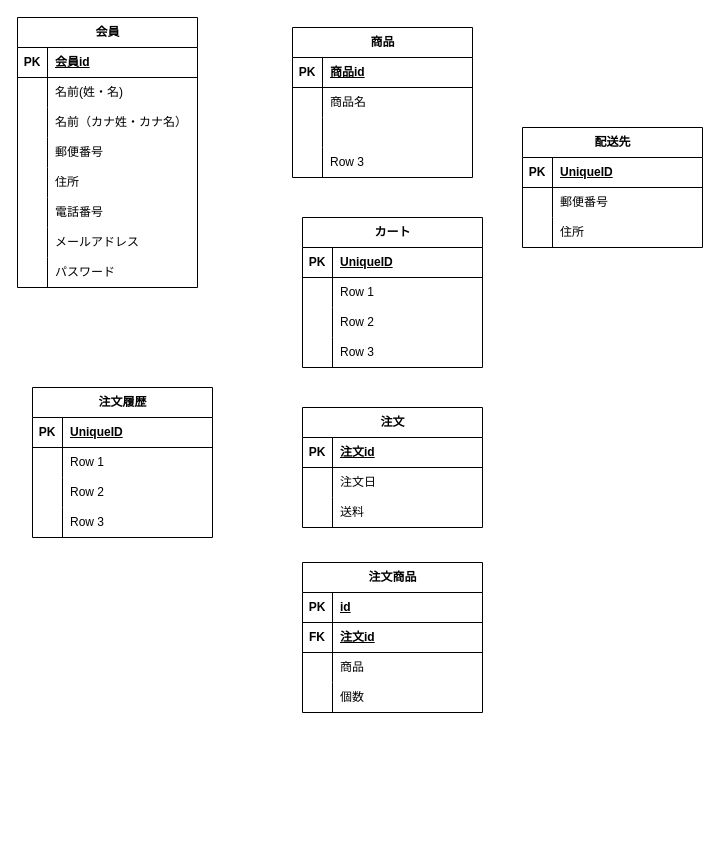
Earlier version of the draw.io diagram 名称未設定ファイル.drawio (vermouthA28/naganocake). Source tidied: cells renumbered, new cells numbered last; positions are measured from the earlier drawing's top-left corner, leaving out a move shared by most shapes. Both pictures are drawn from the tidied source at 100%, with x=0, y=0 at pixel (17, 17).
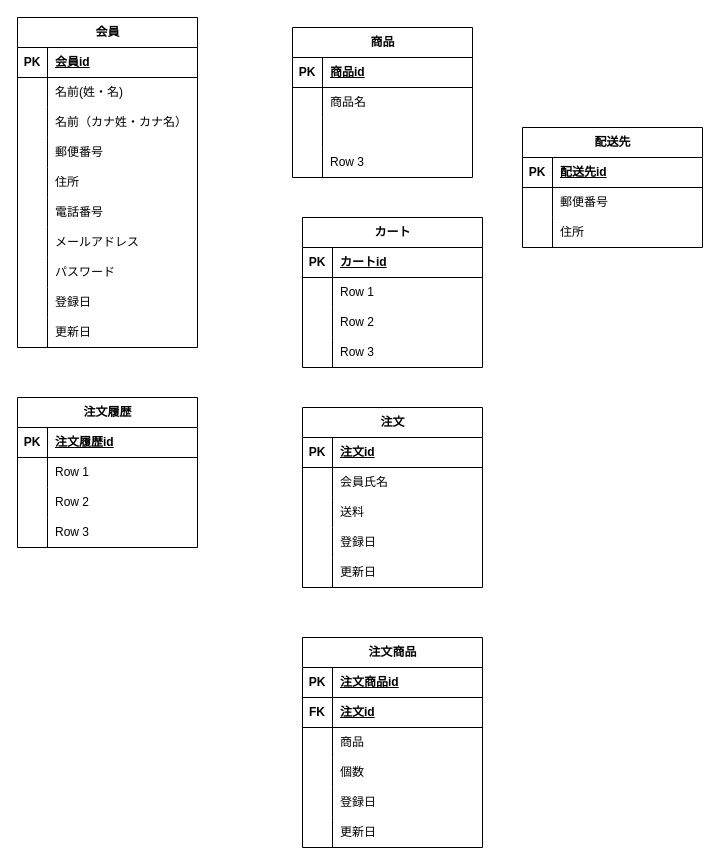
The same page after the edit.

Commit message (it also covers changes not shown here):
名称未設定ファイル.drawio を更新します

Unchanged cells that the change refers to:
```xml
<mxCell id="16" style="shape=tableRow;horizontal=0;startSize=0;swimlaneHead=0;swimlaneBody=0;fillColor=none;top=0;left=0;right=0;bottom=1;" parent="15" vertex="1">
  <mxGeometry y="30" width="180" height="30" as="geometry" />
</mxCell>
<mxCell id="39" style="shape=tableRow;horizontal=0;startSize=0;swimlaneHead=0;swimlaneBody=0;fillColor=none;top=0;left=0;right=0;bottom=1;" parent="38" vertex="1">
  <mxGeometry y="30" width="180" height="30" as="geometry" />
</mxCell>
<mxCell id="87" style="shape=tableRow;horizontal=0;startSize=0;swimlaneHead=0;swimlaneBody=0;fillColor=none;top=0;left=0;right=0;bottom=1;" parent="86" vertex="1">
  <mxGeometry y="30" width="180" height="30" as="geometry" />
</mxCell>
```

What changed in the source:
```diff
@@
-    <mxCell id="18" value="UniqueID" style="shape=partialRectangle;fillColor=none;top=0;left=0;bottom=0;right=0;align=left;spacingLeft=6;fontStyle=5;overflow=hidden;whiteSpace=wrap;html=1;" parent="16" vertex="1">
+    <mxCell id="18" value="カートid" style="shape=partialRectangle;fillColor=none;top=0;left=0;bottom=0;right=0;align=left;spacingLeft=6;fontStyle=5;overflow=hidden;whiteSpace=wrap;html=1;" parent="16" vertex="1">
       <mxGeometry x="30" width="150" height="30" as="geometry" />
     </mxCell>
@@
     <mxCell id="28" value="注文" style="shape=table;startSize=30;childLayout=tableLayout;rowLines=0;fontStyle=1;align=center;html=1;" parent="1" vertex="1">
-      <mxGeometry x="285" y="390" width="180" height="120" as="geometry" />
+      <mxGeometry x="285" y="390" width="180" height="180" as="geometry" />
     </mxCell>
@@
-    <mxCell id="32" style="shape=tableRow;horizontal=0;startSize=0;swimlaneHead=0;swimlaneBody=0;fillColor=none;top=0;left=0;right=0;bottom=0;" parent="28" vertex="1">
-      <mxGeometry y="60" width="180" height="30" as="geometry" />
-    </mxCell>
-    <mxCell id="33" style="shape=partialRectangle;fillColor=none;top=0;left=0;bottom=0;right=0;overflow=hidden;whiteSpace=wrap;html=1;" parent="32" vertex="1">
-      <mxGeometry width="30" height="30" as="geometry" />
-    </mxCell>
-    <mxCell id="34" value="注文日" style="shape=partialRectangle;fillColor=none;top=0;left=0;bottom=0;right=0;align=left;spacingLeft=6;overflow=hidden;whiteSpace=wrap;html=1;" parent="32" vertex="1">
-      <mxGeometry x="30" width="150" height="30" as="geometry" />
-    </mxCell>
+    <mxCell id="99" style="shape=tableRow;horizontal=0;startSize=0;swimlaneHead=0;swimlaneBody=0;fillColor=none;top=0;left=0;right=0;bottom=0;" parent="28" vertex="1">
+      <mxGeometry y="60" width="180" height="30" as="geometry" />
+    </mxCell>
+    <mxCell id="100" style="shape=partialRectangle;fillColor=none;top=0;left=0;bottom=0;right=0;overflow=hidden;whiteSpace=wrap;html=1;" parent="99" vertex="1">
+      <mxGeometry width="30" height="30" as="geometry" />
+    </mxCell>
+    <mxCell id="101" value="会員氏名" style="shape=partialRectangle;fillColor=none;top=0;left=0;bottom=0;right=0;align=left;spacingLeft=6;overflow=hidden;whiteSpace=wrap;html=1;" parent="99" vertex="1">
+      <mxGeometry x="30" width="150" height="30" as="geometry" />
+    </mxCell>
@@
+    <mxCell id="102" style="shape=tableRow;horizontal=0;startSize=0;swimlaneHead=0;swimlaneBody=0;fillColor=none;top=0;left=0;right=0;bottom=0;" parent="28" vertex="1">
+      <mxGeometry y="120" width="180" height="30" as="geometry" />
+    </mxCell>
+    <mxCell id="103" style="shape=partialRectangle;fillColor=none;top=0;left=0;bottom=0;right=0;overflow=hidden;whiteSpace=wrap;html=1;" parent="102" vertex="1">
+      <mxGeometry width="30" height="30" as="geometry" />
+    </mxCell>
+    <mxCell id="104" value="登録日" style="shape=partialRectangle;fillColor=none;top=0;left=0;bottom=0;right=0;align=left;spacingLeft=6;overflow=hidden;whiteSpace=wrap;html=1;" parent="102" vertex="1">
+      <mxGeometry x="30" width="150" height="30" as="geometry" />
+    </mxCell>
+    <mxCell id="105" style="shape=tableRow;horizontal=0;startSize=0;swimlaneHead=0;swimlaneBody=0;fillColor=none;top=0;left=0;right=0;bottom=0;" parent="28" vertex="1">
+      <mxGeometry y="150" width="180" height="30" as="geometry" />
+    </mxCell>
+    <mxCell id="106" style="shape=partialRectangle;fillColor=none;top=0;left=0;bottom=0;right=0;overflow=hidden;whiteSpace=wrap;html=1;" parent="105" vertex="1">
+      <mxGeometry width="30" height="30" as="geometry" />
+    </mxCell>
+    <mxCell id="107" value="更新日" style="shape=partialRectangle;fillColor=none;top=0;left=0;bottom=0;right=0;align=left;spacingLeft=6;overflow=hidden;whiteSpace=wrap;html=1;" parent="105" vertex="1">
+      <mxGeometry x="30" width="150" height="30" as="geometry" />
+    </mxCell>
@@
-    <mxCell id="41" value="UniqueID" style="shape=partialRectangle;fillColor=none;top=0;left=0;bottom=0;right=0;align=left;spacingLeft=6;fontStyle=5;overflow=hidden;whiteSpace=wrap;html=1;" parent="39" vertex="1">
+    <mxCell id="41" value="配送先id" style="shape=partialRectangle;fillColor=none;top=0;left=0;bottom=0;right=0;align=left;spacingLeft=6;fontStyle=5;overflow=hidden;whiteSpace=wrap;html=1;" parent="39" vertex="1">
       <mxGeometry x="30" width="150" height="30" as="geometry" />
     </mxCell>
@@
     <mxCell id="48" value="会員" style="shape=table;startSize=30;childLayout=tableLayout;rowLines=0;fontStyle=1;align=center;html=1;" parent="1" vertex="1">
-      <mxGeometry width="180" height="270" as="geometry" />
+      <mxGeometry width="180" height="330" as="geometry" />
     </mxCell>
@@
-    <mxCell id="73" value="注文履歴" style="shape=table;startSize=30;childLayout=tableLayout;rowLines=0;fontStyle=1;align=center;html=1;" parent="1" vertex="1">
-      <mxGeometry x="15" y="370" width="180" height="150" as="geometry" />
-    </mxCell>
-    <mxCell id="74" style="shape=tableRow;horizontal=0;startSize=0;swimlaneHead=0;swimlaneBody=0;fillColor=none;top=0;left=0;right=0;bottom=1;" parent="73" vertex="1">
-      <mxGeometry y="30" width="180" height="30" as="geometry" />
-    </mxCell>
-    <mxCell id="75" value="PK" style="shape=partialRectangle;fillColor=none;top=0;left=0;bottom=0;right=0;fontStyle=1;overflow=hidden;whiteSpace=wrap;html=1;" parent="74" vertex="1">
-      <mxGeometry width="30" height="30" as="geometry" />
-    </mxCell>
-    <mxCell id="76" value="UniqueID" style="shape=partialRectangle;fillColor=none;top=0;left=0;bottom=0;right=0;align=left;spacingLeft=6;fontStyle=5;overflow=hidden;whiteSpace=wrap;html=1;" parent="74" vertex="1">
-      <mxGeometry x="30" width="150" height="30" as="geometry" />
-    </mxCell>
-    <mxCell id="77" style="shape=tableRow;horizontal=0;startSize=0;swimlaneHead=0;swimlaneBody=0;fillColor=none;top=0;left=0;right=0;bottom=0;" parent="73" vertex="1">
-      <mxGeometry y="60" width="180" height="30" as="geometry" />
-    </mxCell>
-    <mxCell id="78" style="shape=partialRectangle;fillColor=none;top=0;left=0;bottom=0;right=0;overflow=hidden;whiteSpace=wrap;html=1;" parent="77" vertex="1">
-      <mxGeometry width="30" height="30" as="geometry" />
-    </mxCell>
-    <mxCell id="79" value="Row 1" style="shape=partialRectangle;fillColor=none;top=0;left=0;bottom=0;right=0;align=left;spacingLeft=6;overflow=hidden;whiteSpace=wrap;html=1;" parent="77" vertex="1">
-      <mxGeometry x="30" width="150" height="30" as="geometry" />
-    </mxCell>
-    <mxCell id="80" style="shape=tableRow;horizontal=0;startSize=0;swimlaneHead=0;swimlaneBody=0;fillColor=none;top=0;left=0;right=0;bottom=0;" parent="73" vertex="1">
-      <mxGeometry y="90" width="180" height="30" as="geometry" />
-    </mxCell>
-    <mxCell id="81" style="shape=partialRectangle;fillColor=none;top=0;left=0;bottom=0;right=0;overflow=hidden;whiteSpace=wrap;html=1;" parent="80" vertex="1">
-      <mxGeometry width="30" height="30" as="geometry" />
-    </mxCell>
-    <mxCell id="82" value="Row 2" style="shape=partialRectangle;fillColor=none;top=0;left=0;bottom=0;right=0;align=left;spacingLeft=6;overflow=hidden;whiteSpace=wrap;html=1;" parent="80" vertex="1">
-      <mxGeometry x="30" width="150" height="30" as="geometry" />
-    </mxCell>
-    <mxCell id="83" style="shape=tableRow;horizontal=0;startSize=0;swimlaneHead=0;swimlaneBody=0;fillColor=none;top=0;left=0;right=0;bottom=0;" parent="73" vertex="1">
-      <mxGeometry y="120" width="180" height="30" as="geometry" />
-    </mxCell>
-    <mxCell id="84" style="shape=partialRectangle;fillColor=none;top=0;left=0;bottom=0;right=0;overflow=hidden;whiteSpace=wrap;html=1;" parent="83" vertex="1">
-      <mxGeometry width="30" height="30" as="geometry" />
-    </mxCell>
-    <mxCell id="85" value="Row 3" style="shape=partialRectangle;fillColor=none;top=0;left=0;bottom=0;right=0;align=left;spacingLeft=6;overflow=hidden;whiteSpace=wrap;html=1;" parent="83" vertex="1">
-      <mxGeometry x="30" width="150" height="30" as="geometry" />
-    </mxCell>
+    <mxCell id="108" style="shape=tableRow;horizontal=0;startSize=0;swimlaneHead=0;swimlaneBody=0;fillColor=none;top=0;left=0;right=0;bottom=0;" parent="48" vertex="1">
+      <mxGeometry y="270" width="180" height="30" as="geometry" />
+    </mxCell>
+    <mxCell id="109" style="shape=partialRectangle;fillColor=none;top=0;left=0;bottom=0;right=0;overflow=hidden;whiteSpace=wrap;html=1;" parent="108" vertex="1">
+      <mxGeometry width="30" height="30" as="geometry" />
+    </mxCell>
+    <mxCell id="110" value="登録日" style="shape=partialRectangle;fillColor=none;top=0;left=0;bottom=0;right=0;align=left;spacingLeft=6;overflow=hidden;whiteSpace=wrap;html=1;" parent="108" vertex="1">
+      <mxGeometry x="30" width="150" height="30" as="geometry" />
+    </mxCell>
+    <mxCell id="111" style="shape=tableRow;horizontal=0;startSize=0;swimlaneHead=0;swimlaneBody=0;fillColor=none;top=0;left=0;right=0;bottom=0;" parent="48" vertex="1">
+      <mxGeometry y="300" width="180" height="30" as="geometry" />
+    </mxCell>
+    <mxCell id="112" style="shape=partialRectangle;fillColor=none;top=0;left=0;bottom=0;right=0;overflow=hidden;whiteSpace=wrap;html=1;" parent="111" vertex="1">
+      <mxGeometry width="30" height="30" as="geometry" />
+    </mxCell>
+    <mxCell id="113" value="更新日" style="shape=partialRectangle;fillColor=none;top=0;left=0;bottom=0;right=0;align=left;spacingLeft=6;overflow=hidden;whiteSpace=wrap;html=1;" parent="111" vertex="1">
+      <mxGeometry x="30" width="150" height="30" as="geometry" />
+    </mxCell>
     <mxCell id="86" value="注文商品" style="shape=table;startSize=30;childLayout=tableLayout;rowLines=0;fontStyle=1;align=center;html=1;" parent="1" vertex="1">
-      <mxGeometry x="285" y="545" width="180" height="150" as="geometry" />
+      <mxGeometry x="285" y="620" width="180" height="210" as="geometry" />
     </mxCell>
@@
-    <mxCell id="89" value="id" style="shape=partialRectangle;fillColor=none;top=0;left=0;bottom=0;right=0;align=left;spacingLeft=6;fontStyle=5;overflow=hidden;whiteSpace=wrap;html=1;" parent="87" vertex="1">
+    <mxCell id="89" value="注文商品id" style="shape=partialRectangle;fillColor=none;top=0;left=0;bottom=0;right=0;align=left;spacingLeft=6;fontStyle=5;overflow=hidden;whiteSpace=wrap;html=1;" parent="87" vertex="1">
       <mxGeometry x="30" width="150" height="30" as="geometry" />
     </mxCell>
@@
+    <mxCell id="114" style="shape=tableRow;horizontal=0;startSize=0;swimlaneHead=0;swimlaneBody=0;fillColor=none;top=0;left=0;right=0;bottom=0;" parent="86" vertex="1">
+      <mxGeometry y="150" width="180" height="30" as="geometry" />
+    </mxCell>
+    <mxCell id="115" style="shape=partialRectangle;fillColor=none;top=0;left=0;bottom=0;right=0;overflow=hidden;whiteSpace=wrap;html=1;" parent="114" vertex="1">
+      <mxGeometry width="30" height="30" as="geometry" />
+    </mxCell>
+    <mxCell id="116" value="登録日" style="shape=partialRectangle;fillColor=none;top=0;left=0;bottom=0;right=0;align=left;spacingLeft=6;overflow=hidden;whiteSpace=wrap;html=1;" parent="114" vertex="1">
+      <mxGeometry x="30" width="150" height="30" as="geometry" />
+    </mxCell>
+    <mxCell id="117" style="shape=tableRow;horizontal=0;startSize=0;swimlaneHead=0;swimlaneBody=0;fillColor=none;top=0;left=0;right=0;bottom=0;" parent="86" vertex="1">
+      <mxGeometry y="180" width="180" height="30" as="geometry" />
+    </mxCell>
+    <mxCell id="118" style="shape=partialRectangle;fillColor=none;top=0;left=0;bottom=0;right=0;overflow=hidden;whiteSpace=wrap;html=1;" parent="117" vertex="1">
+      <mxGeometry width="30" height="30" as="geometry" />
+    </mxCell>
+    <mxCell id="119" value="更新日" style="shape=partialRectangle;fillColor=none;top=0;left=0;bottom=0;right=0;align=left;spacingLeft=6;overflow=hidden;whiteSpace=wrap;html=1;" parent="117" vertex="1">
+      <mxGeometry x="30" width="150" height="30" as="geometry" />
+    </mxCell>
+    <mxCell id="73" value="注文履歴" style="shape=table;startSize=30;childLayout=tableLayout;rowLines=0;fontStyle=1;align=center;html=1;" parent="1" vertex="1">
+      <mxGeometry y="380" width="180" height="150" as="geometry" />
+    </mxCell>
+    <mxCell id="74" style="shape=tableRow;horizontal=0;startSize=0;swimlaneHead=0;swimlaneBody=0;fillColor=none;top=0;left=0;right=0;bottom=1;" parent="73" vertex="1">
+      <mxGeometry y="30" width="180" height="30" as="geometry" />
+    </mxCell>
+    <mxCell id="75" value="PK" style="shape=partialRectangle;fillColor=none;top=0;left=0;bottom=0;right=0;fontStyle=1;overflow=hidden;whiteSpace=wrap;html=1;" parent="74" vertex="1">
+      <mxGeometry width="30" height="30" as="geometry" />
+    </mxCell>
+    <mxCell id="120" value="注文履歴id" style="shape=partialRectangle;fillColor=none;top=0;left=0;bottom=0;right=0;align=left;spacingLeft=6;fontStyle=5;overflow=hidden;whiteSpace=wrap;html=1;" parent="74" vertex="1">
+      <mxGeometry x="30" width="150" height="30" as="geometry" />
+    </mxCell>
+    <mxCell id="121" style="shape=tableRow;horizontal=0;startSize=0;swimlaneHead=0;swimlaneBody=0;fillColor=none;top=0;left=0;right=0;bottom=0;" parent="73" vertex="1">
+      <mxGeometry y="60" width="180" height="30" as="geometry" />
+    </mxCell>
+    <mxCell id="122" style="shape=partialRectangle;fillColor=none;top=0;left=0;bottom=0;right=0;overflow=hidden;whiteSpace=wrap;html=1;" parent="121" vertex="1">
+      <mxGeometry width="30" height="30" as="geometry" />
+    </mxCell>
+    <mxCell id="79" value="Row 1" style="shape=partialRectangle;fillColor=none;top=0;left=0;bottom=0;right=0;align=left;spacingLeft=6;overflow=hidden;whiteSpace=wrap;html=1;" parent="121" vertex="1">
+      <mxGeometry x="30" width="150" height="30" as="geometry" />
+    </mxCell>
+    <mxCell id="80" style="shape=tableRow;horizontal=0;startSize=0;swimlaneHead=0;swimlaneBody=0;fillColor=none;top=0;left=0;right=0;bottom=0;" parent="73" vertex="1">
+      <mxGeometry y="90" width="180" height="30" as="geometry" />
+    </mxCell>
+    <mxCell id="123" style="shape=partialRectangle;fillColor=none;top=0;left=0;bottom=0;right=0;overflow=hidden;whiteSpace=wrap;html=1;" parent="80" vertex="1">
+      <mxGeometry width="30" height="30" as="geometry" />
+    </mxCell>
+    <mxCell id="82" value="Row 2" style="shape=partialRectangle;fillColor=none;top=0;left=0;bottom=0;right=0;align=left;spacingLeft=6;overflow=hidden;whiteSpace=wrap;html=1;" parent="80" vertex="1">
+      <mxGeometry x="30" width="150" height="30" as="geometry" />
+    </mxCell>
+    <mxCell id="124" style="shape=tableRow;horizontal=0;startSize=0;swimlaneHead=0;swimlaneBody=0;fillColor=none;top=0;left=0;right=0;bottom=0;" parent="73" vertex="1">
+      <mxGeometry y="120" width="180" height="30" as="geometry" />
+    </mxCell>
+    <mxCell id="125" style="shape=partialRectangle;fillColor=none;top=0;left=0;bottom=0;right=0;overflow=hidden;whiteSpace=wrap;html=1;" parent="124" vertex="1">
+      <mxGeometry width="30" height="30" as="geometry" />
+    </mxCell>
+    <mxCell id="85" value="Row 3" style="shape=partialRectangle;fillColor=none;top=0;left=0;bottom=0;right=0;align=left;spacingLeft=6;overflow=hidden;whiteSpace=wrap;html=1;" parent="124" vertex="1">
+      <mxGeometry x="30" width="150" height="30" as="geometry" />
+    </mxCell>
```
